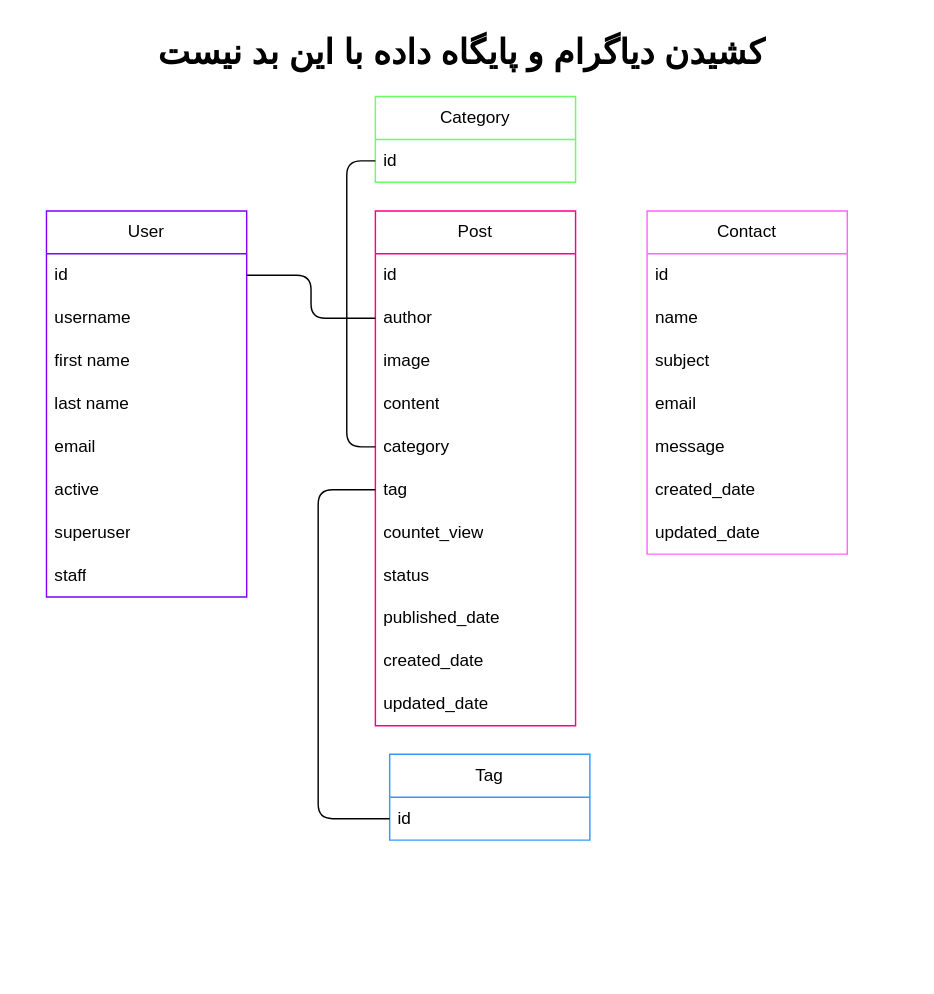
The draw.io diagram my.drawio in malekian78/dj_site1, before the edit. Source tidied: cells renumbered, new cells numbered last; positions are measured from the earlier drawing's top-left corner, leaving out a move shared by most shapes. Both pictures are drawn from the tidied source at 143%, with x=0, y=0 at pixel (46, 24).
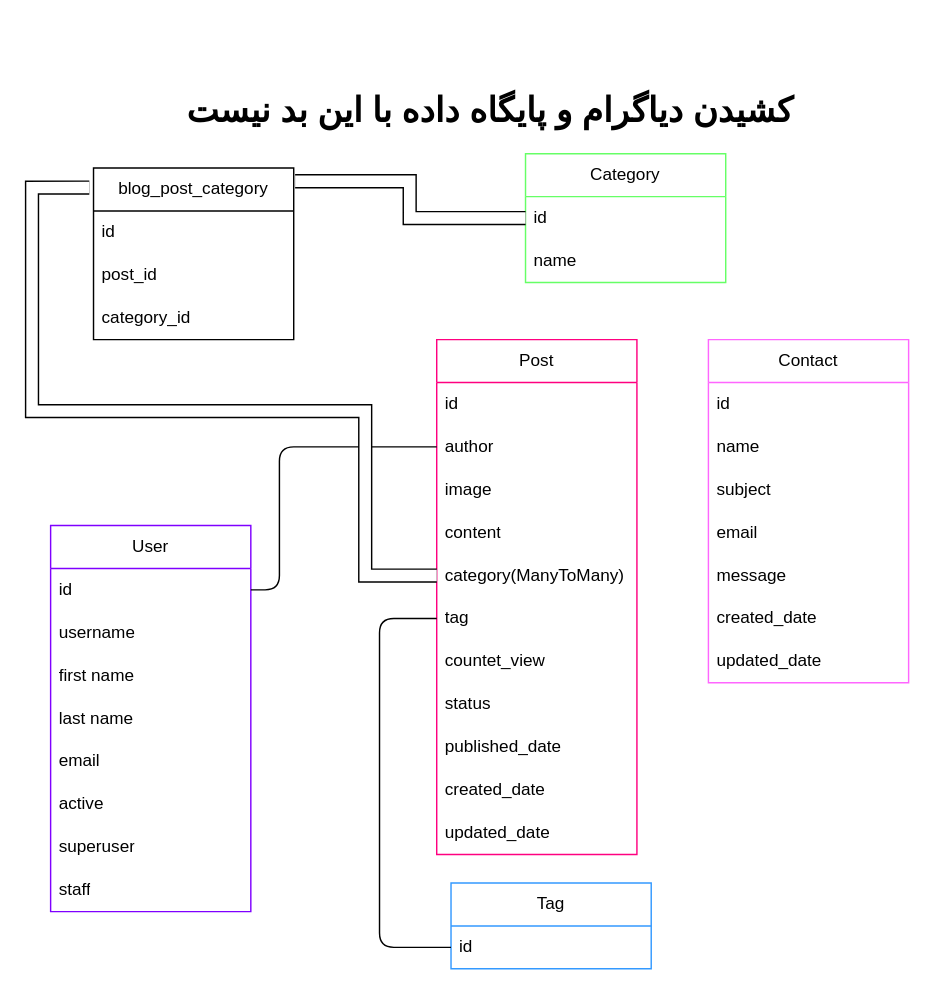
The same diagram, later.

Commit message (it also covers changes not shown here):
نمایش فیلد ManyToMany و نمایش Date تاریخ با فرمت خاص✅

The change refers to these unchanged cells:
```xml
<mxCell id="5" value="author" style="text;strokeColor=none;fillColor=none;align=left;verticalAlign=middle;spacingLeft=4;spacingRight=4;overflow=hidden;points=[[0,0.5],[1,0.5]];portConstraint=eastwest;whiteSpace=wrap;html=1;" parent="3" vertex="1">
  <mxGeometry y="60" width="140" height="30" as="geometry" />
</mxCell>
<mxCell id="9" value="tag" style="text;strokeColor=none;fillColor=none;align=left;verticalAlign=middle;spacingLeft=4;spacingRight=4;overflow=hidden;points=[[0,0.5],[1,0.5]];portConstraint=eastwest;whiteSpace=wrap;html=1;" parent="3" vertex="1">
  <mxGeometry y="180" width="140" height="30" as="geometry" />
</mxCell>
<mxCell id="16" value="id" style="text;strokeColor=none;fillColor=none;align=left;verticalAlign=middle;spacingLeft=4;spacingRight=4;overflow=hidden;points=[[0,0.5],[1,0.5]];portConstraint=eastwest;whiteSpace=wrap;html=1;" parent="15" vertex="1">
  <mxGeometry y="30" width="140" height="30" as="geometry" />
</mxCell>
<mxCell id="18" value="id" style="text;strokeColor=none;fillColor=none;align=left;verticalAlign=middle;spacingLeft=4;spacingRight=4;overflow=hidden;points=[[0,0.5],[1,0.5]];portConstraint=eastwest;whiteSpace=wrap;html=1;" parent="17" vertex="1">
  <mxGeometry y="30" width="140" height="30" as="geometry" />
</mxCell>
<mxCell id="28" value="id" style="text;strokeColor=none;fillColor=none;align=left;verticalAlign=middle;spacingLeft=4;spacingRight=4;overflow=hidden;points=[[0,0.5],[1,0.5]];portConstraint=eastwest;whiteSpace=wrap;html=1;" parent="27" vertex="1">
  <mxGeometry y="30" width="140" height="30" as="geometry" />
</mxCell>
```

Change to the diagram source:
```diff
@@
     <mxCell id="2" value="کشیدن دیاگرام و پایگاه داده با این بد نیست&lt;br&gt;" style="text;strokeColor=none;fillColor=none;html=1;fontSize=24;fontStyle=1;verticalAlign=middle;align=center;" parent="1" vertex="1">
-      <mxGeometry x="100" width="380" height="40" as="geometry" />
+      <mxGeometry x="120" y="40" width="380" height="40" as="geometry" />
     </mxCell>
     <mxCell id="3" value="Post" style="swimlane;fontStyle=0;horizontal=1;startSize=30;whiteSpace=wrap;html=1;strokeColor=#FF0080;" parent="1" vertex="1">
-      <mxGeometry x="230" y="130" width="140" height="360" as="geometry" />
+      <mxGeometry x="272.9" y="220" width="140" height="360" as="geometry" />
     </mxCell>
@@
-    <mxCell id="8" value="category" style="text;strokeColor=none;fillColor=none;align=left;verticalAlign=middle;spacingLeft=4;spacingRight=4;overflow=hidden;points=[[0,0.5],[1,0.5]];portConstraint=eastwest;whiteSpace=wrap;html=1;" parent="3" vertex="1">
+    <mxCell id="8" value="category(ManyToMany)" style="text;strokeColor=none;fillColor=none;align=left;verticalAlign=middle;spacingLeft=4;spacingRight=4;overflow=hidden;points=[[0,0.5],[1,0.5]];portConstraint=eastwest;whiteSpace=wrap;html=1;" parent="3" vertex="1">
       <mxGeometry y="150" width="140" height="30" as="geometry" />
     </mxCell>
@@
     <mxCell id="15" value="Category" style="swimlane;fontStyle=0;horizontal=1;startSize=30;whiteSpace=wrap;html=1;strokeColor=#66FF66;" parent="1" vertex="1">
-      <mxGeometry x="230" y="50" width="140" height="60" as="geometry" />
+      <mxGeometry x="335" y="90" width="140" height="90" as="geometry" />
     </mxCell>
@@
+    <mxCell id="39" value="name" style="text;strokeColor=none;fillColor=none;align=left;verticalAlign=middle;spacingLeft=4;spacingRight=4;overflow=hidden;whiteSpace=wrap;html=1;" parent="15" vertex="1">
+      <mxGeometry y="60" width="140" height="30" as="geometry" />
+    </mxCell>
     <mxCell id="17" value="Tag" style="swimlane;fontStyle=0;horizontal=1;startSize=30;whiteSpace=wrap;html=1;strokeColor=#3399FF;" parent="1" vertex="1">
-      <mxGeometry x="240" y="510" width="140" height="60" as="geometry" />
+      <mxGeometry x="282.9" y="600" width="140" height="60" as="geometry" />
     </mxCell>
@@
     <mxCell id="19" value="Contact" style="swimlane;fontStyle=0;horizontal=1;startSize=30;whiteSpace=wrap;html=1;strokeColor=#FF66FF;" parent="1" vertex="1">
-      <mxGeometry x="420" y="130" width="140" height="240" as="geometry" />
+      <mxGeometry x="462.9" y="220" width="140" height="240" as="geometry" />
     </mxCell>
@@
     <mxCell id="27" value="User" style="swimlane;fontStyle=0;horizontal=1;startSize=30;whiteSpace=wrap;html=1;strokeColor=#7F00FF;" parent="1" vertex="1">
-      <mxGeometry y="130" width="140" height="270" as="geometry" />
+      <mxGeometry x="2.9" y="350" width="140" height="270" as="geometry" />
     </mxCell>
@@
     <mxCell id="36" style="endArrow=none;html=1;entryX=0;entryY=0.5;entryDx=0;entryDy=0;exitX=1;exitY=0.5;exitDx=0;exitDy=0;edgeStyle=orthogonalEdgeStyle;" parent="1" edge="1" source="28" target="5">
-      <mxGeometry relative="1" as="geometry" />
+      <mxGeometry relative="1" as="geometry">
+        <Array as="points">
+          <mxPoint x="162.9" y="395" />
+          <mxPoint x="162.9" y="295" />
+        </Array>
+      </mxGeometry>
     </mxCell>
     <mxCell id="37" style="endArrow=none;html=1;entryX=0;entryY=0.5;entryDx=0;entryDy=0;exitX=0;exitY=0.5;exitDx=0;exitDy=0;edgeStyle=orthogonalEdgeStyle;" parent="1" edge="1" source="9" target="18">
       <mxGeometry relative="1" as="geometry">
         <Array as="points">
-          <mxPoint x="190" y="325" />
-          <mxPoint x="190" y="555" />
+          <mxPoint x="232.9" y="415" />
+          <mxPoint x="232.9" y="645" />
         </Array>
       </mxGeometry>
     </mxCell>
-    <mxCell id="38" style="endArrow=none;html=1;entryX=0;entryY=0.5;entryDx=0;entryDy=0;exitX=0;exitY=0.5;exitDx=0;exitDy=0;edgeStyle=orthogonalEdgeStyle;" parent="1" edge="1" source="16" target="8">
-      <mxGeometry relative="1" as="geometry">
-        <Array as="points">
-          <mxPoint x="210" y="95" />
-          <mxPoint x="210" y="295" />
-        </Array>
-      </mxGeometry>
+    <mxCell id="38" value="blog_post_category" style="swimlane;fontStyle=0;horizontal=1;startSize=30;whiteSpace=wrap;html=1;" parent="1" vertex="1">
+      <mxGeometry x="32.9" y="100" width="140" height="120" as="geometry" />
     </mxCell>
+    <mxCell id="40" value="id" style="text;strokeColor=none;fillColor=none;align=left;verticalAlign=middle;spacingLeft=4;spacingRight=4;overflow=hidden;whiteSpace=wrap;html=1;" parent="38" vertex="1">
+      <mxGeometry y="30" width="140" height="30" as="geometry" />
+    </mxCell>
+    <mxCell id="41" value="post_id" style="text;strokeColor=none;fillColor=none;align=left;verticalAlign=middle;spacingLeft=4;spacingRight=4;overflow=hidden;whiteSpace=wrap;html=1;" parent="38" vertex="1">
+      <mxGeometry y="60" width="140" height="30" as="geometry" />
+    </mxCell>
+    <mxCell id="42" value="category_id" style="text;strokeColor=none;fillColor=none;align=left;verticalAlign=middle;spacingLeft=4;spacingRight=4;overflow=hidden;whiteSpace=wrap;html=1;" parent="38" vertex="1">
+      <mxGeometry y="90" width="140" height="30" as="geometry" />
+    </mxCell>
+    <mxCell id="43" style="shape=filledEdge;curved=0;rounded=0;fixDash=1;endArrow=none;strokeWidth=10;fillColor=#ffffff;edgeStyle=orthogonalEdgeStyle;html=1;entryX=0;entryY=0.5;entryDx=0;entryDy=0;exitX=1.007;exitY=0.077;exitDx=0;exitDy=0;exitPerimeter=0;" parent="1" edge="1" source="38" target="16">
+      <mxGeometry relative="1" as="geometry" />
+    </mxCell>
+    <mxCell id="44" style="shape=filledEdge;curved=0;rounded=0;fixDash=1;endArrow=none;strokeWidth=10;fillColor=#ffffff;edgeStyle=orthogonalEdgeStyle;html=1;entryX=-0.021;entryY=0.114;entryDx=0;entryDy=0;entryPerimeter=0;exitX=0;exitY=0.5;exitDx=0;exitDy=0;" parent="1" edge="1" source="8" target="38">
+      <mxGeometry relative="1" as="geometry">
+        <Array as="points">
+          <mxPoint x="222.9" y="385" />
+          <mxPoint x="222.9" y="270" />
+          <mxPoint x="-10.1" y="270" />
+        </Array>
+      </mxGeometry>
+    </mxCell>
```
